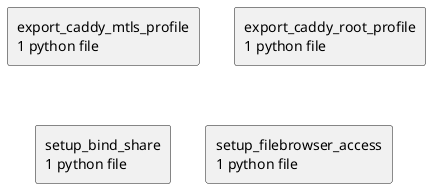
The PlantUML diagram docs/diagrams/python-packages.puml.png in casonk/snowbridge, before a commit.
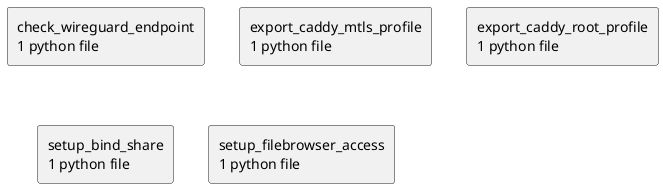
After the change.

Change to the diagram source:
```diff
@@ -2,6 +2,7 @@
 set namespaceSeparator none
 top to bottom direction
 skinparam componentStyle rectangle
+rectangle "check_wireguard_endpoint\n1 python file" as check_wireguard_endpoint
 rectangle "export_caddy_mtls_profile\n1 python file" as export_caddy_mtls_profile
 rectangle "export_caddy_root_profile\n1 python file" as export_caddy_root_profile
 rectangle "setup_bind_share\n1 python file" as setup_bind_share
```
